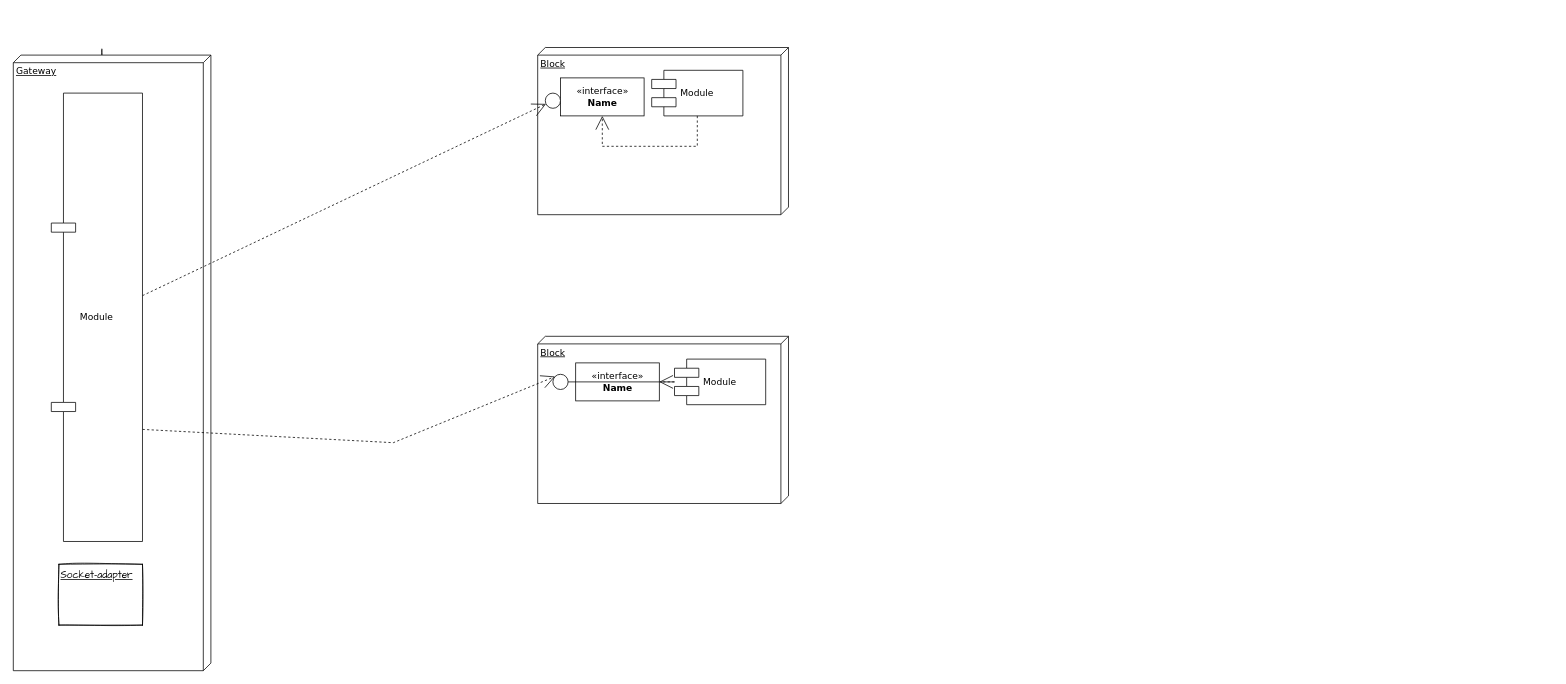
Above: Untitled Diagram.drawio in Anna-Karenina/gRPC-LookUp (draw.io), before the change. Source tidied: cells renumbered, new cells numbered last; positions are measured from the earlier drawing's top-left corner, leaving out a move shared by most shapes. Both pictures are drawn from the tidied source at 76%, with x=0, y=0 at pixel (13, 47).
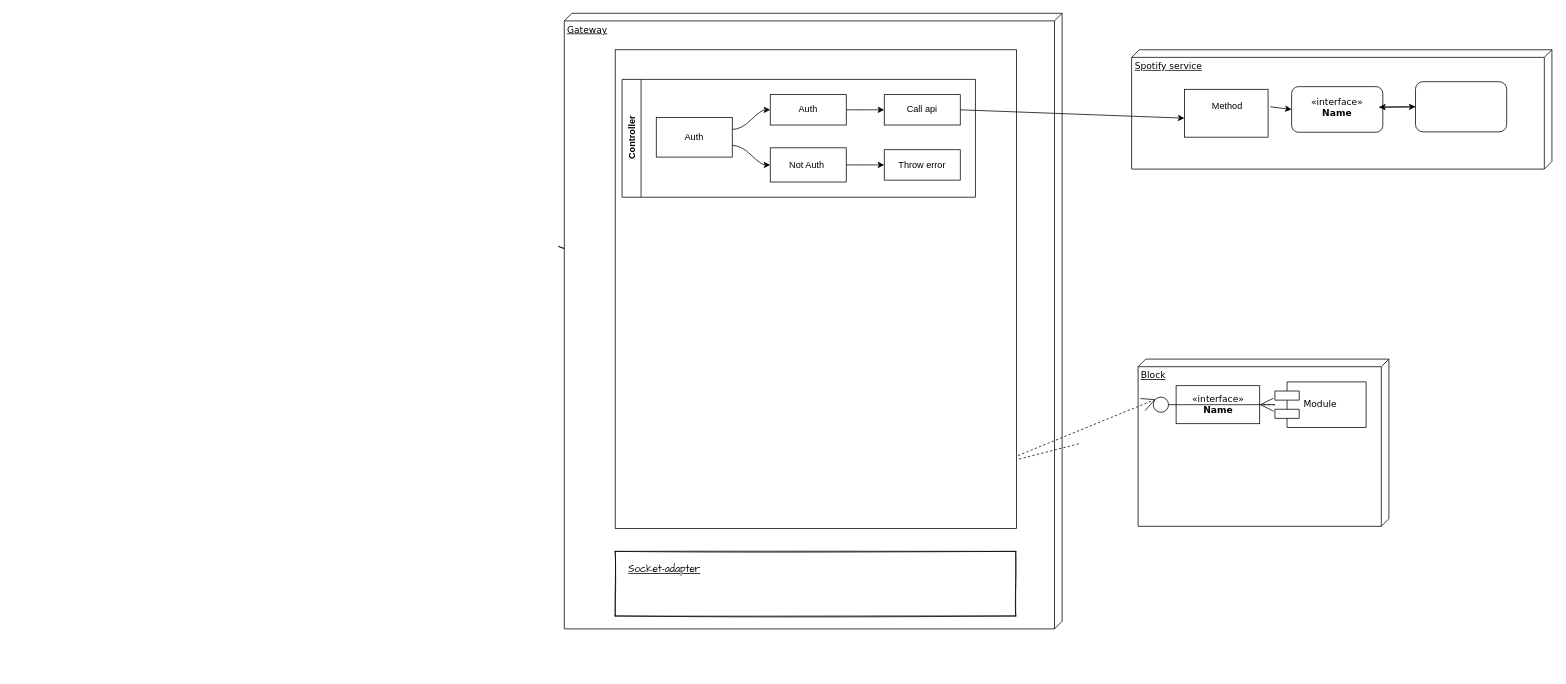
Above is the later version.

Diff of the diagram source:
```diff
@@
-    <mxCell id="2" value="Block" style="verticalAlign=top;align=left;spacingTop=8;spacingLeft=2;spacingRight=12;shape=cube;size=10;direction=south;fontStyle=4;html=1;rounded=0;shadow=0;comic=0;labelBackgroundColor=none;strokeWidth=1;fontFamily=Verdana;fontSize=12;" parent="1" vertex="1">
-      <mxGeometry x="690" width="330" height="220" as="geometry" />
-    </mxCell>
-    <mxCell id="3" value="Block" style="verticalAlign=top;align=left;spacingTop=8;spacingLeft=2;spacingRight=12;shape=cube;size=10;direction=south;fontStyle=4;html=1;rounded=0;shadow=0;comic=0;labelBackgroundColor=none;strokeWidth=1;fontFamily=Verdana;fontSize=12;" parent="1" vertex="1">
-      <mxGeometry x="690" y="380" width="330" height="220" as="geometry" />
-    </mxCell>
-    <mxCell id="4" style="edgeStyle=none;curved=1;rounded=0;sketch=1;hachureGap=4;jettySize=auto;html=1;fontFamily=Architects Daughter;fontSize=16;endArrow=open;startSize=14;endSize=14;sourcePerimeterSpacing=8;targetPerimeterSpacing=8;" parent="1" edge="1" source="5">
-      <mxGeometry relative="1" as="geometry">
-        <mxPoint x="125.9" y="290" as="targetPoint" />
-      </mxGeometry>
-    </mxCell>
+    <mxCell id="20" value="Spotify service" style="verticalAlign=top;align=left;spacingTop=8;spacingLeft=2;spacingRight=12;shape=cube;size=10;direction=south;fontStyle=4;html=1;rounded=0;shadow=0;comic=0;labelBackgroundColor=none;strokeWidth=1;fontFamily=Verdana;fontSize=12;" parent="1" vertex="1">
+      <mxGeometry x="1471.5" y="3" width="553" height="157" as="geometry" />
+    </mxCell>
+    <mxCell id="21" value="Block" style="verticalAlign=top;align=left;spacingTop=8;spacingLeft=2;spacingRight=12;shape=cube;size=10;direction=south;fontStyle=4;html=1;rounded=0;shadow=0;comic=0;labelBackgroundColor=none;strokeWidth=1;fontFamily=Verdana;fontSize=12;" parent="1" vertex="1">
+      <mxGeometry x="1480" y="410" width="330" height="220" as="geometry" />
+    </mxCell>
+    <mxCell id="22" style="edgeStyle=none;curved=1;rounded=0;sketch=1;hachureGap=4;jettySize=auto;html=1;fontFamily=Architects Daughter;fontSize=16;endArrow=open;startSize=14;endSize=14;sourcePerimeterSpacing=8;targetPerimeterSpacing=8;" parent="1" edge="1" source="5">
+      <mxGeometry relative="1" as="geometry">
+        <mxPoint x="915.9" y="320" as="targetPoint" />
+      </mxGeometry>
+    </mxCell>
     <mxCell id="5" value="Gateway" style="verticalAlign=top;align=left;spacingTop=8;spacingLeft=2;spacingRight=12;shape=cube;size=10;direction=south;fontStyle=4;html=1;rounded=0;shadow=0;comic=0;labelBackgroundColor=none;strokeWidth=1;fontFamily=Verdana;fontSize=12;" parent="1" vertex="1">
-      <mxGeometry y="10" width="260" height="810" as="geometry" />
+      <mxGeometry x="725" y="-45" width="655" height="810" as="geometry" />
     </mxCell>
-    <mxCell id="6" value="&amp;laquo;interface&amp;raquo;&lt;br&gt;&lt;b&gt;Name&lt;/b&gt;" style="html=1;rounded=0;shadow=0;comic=0;labelBackgroundColor=none;strokeWidth=1;fontFamily=Verdana;fontSize=12;align=center;" parent="1" vertex="1">
-      <mxGeometry x="720" y="40" width="110" height="50" as="geometry" />
-    </mxCell>
-    <mxCell id="7" value="Module" style="shape=component;align=left;spacingLeft=36;rounded=0;shadow=0;comic=0;labelBackgroundColor=none;strokeWidth=1;fontFamily=Verdana;fontSize=12;html=1;" parent="1" vertex="1">
-      <mxGeometry x="840" y="30" width="120" height="60" as="geometry" />
-    </mxCell>
-    <mxCell id="8" style="ellipse;whiteSpace=wrap;html=1;rounded=0;shadow=0;comic=0;labelBackgroundColor=none;strokeWidth=1;fontFamily=Verdana;fontSize=12;align=center;" parent="1" vertex="1">
-      <mxGeometry x="700" y="60" width="20" height="20" as="geometry" />
-    </mxCell>
-    <mxCell id="9" value="Module" style="shape=component;align=left;spacingLeft=36;rounded=0;shadow=0;comic=0;labelBackgroundColor=none;strokeWidth=1;fontFamily=Verdana;fontSize=12;html=1;" parent="1" vertex="1">
-      <mxGeometry x="870" y="410" width="120" height="60" as="geometry" />
-    </mxCell>
-    <mxCell id="10" value="&amp;laquo;interface&amp;raquo;&lt;br&gt;&lt;b&gt;Name&lt;/b&gt;" style="html=1;rounded=0;shadow=0;comic=0;labelBackgroundColor=none;strokeWidth=1;fontFamily=Verdana;fontSize=12;align=center;" parent="1" vertex="1">
-      <mxGeometry x="740" y="415" width="110" height="50" as="geometry" />
-    </mxCell>
-    <mxCell id="11" style="ellipse;whiteSpace=wrap;html=1;rounded=0;shadow=0;comic=0;labelBackgroundColor=none;strokeWidth=1;fontFamily=Verdana;fontSize=12;align=center;" parent="1" vertex="1">
-      <mxGeometry x="710" y="430" width="20" height="20" as="geometry" />
-    </mxCell>
-    <mxCell id="12" style="edgeStyle=none;rounded=0;html=1;dashed=1;labelBackgroundColor=none;startArrow=none;startFill=0;startSize=8;endArrow=open;endFill=0;endSize=16;fontFamily=Verdana;fontSize=12;" parent="1" edge="1" source="17" target="8">
-      <mxGeometry relative="1" as="geometry" />
-    </mxCell>
-    <mxCell id="13" style="edgeStyle=none;rounded=0;html=1;dashed=1;labelBackgroundColor=none;startArrow=none;startFill=0;startSize=8;endArrow=open;endFill=0;endSize=16;fontFamily=Verdana;fontSize=12;entryX=0;entryY=0;entryDx=0;entryDy=0;exitX=1;exitY=0.75;exitDx=0;exitDy=0;" parent="1" edge="1" source="17" target="11">
-      <mxGeometry relative="1" as="geometry">
-        <Array as="points">
-          <mxPoint x="500" y="520" />
-        </Array>
-      </mxGeometry>
-    </mxCell>
-    <mxCell id="14" style="edgeStyle=elbowEdgeStyle;rounded=0;html=1;labelBackgroundColor=none;startArrow=none;startFill=0;startSize=8;endArrow=none;endFill=0;endSize=16;fontFamily=Verdana;fontSize=12;" parent="1" edge="1" source="11" target="9">
-      <mxGeometry relative="1" as="geometry" />
-    </mxCell>
-    <mxCell id="15" style="edgeStyle=orthogonalEdgeStyle;rounded=0;html=1;labelBackgroundColor=none;startArrow=none;startFill=0;startSize=8;endArrow=open;endFill=0;endSize=16;fontFamily=Verdana;fontSize=12;dashed=1;" parent="1" edge="1" source="7" target="6">
-      <mxGeometry relative="1" as="geometry">
-        <Array as="points">
-          <mxPoint x="900" y="130" />
-          <mxPoint x="775" y="130" />
-        </Array>
-      </mxGeometry>
-    </mxCell>
-    <mxCell id="16" style="edgeStyle=orthogonalEdgeStyle;rounded=0;html=1;dashed=1;labelBackgroundColor=none;startArrow=none;startFill=0;startSize=8;endArrow=open;endFill=0;endSize=16;fontFamily=Verdana;fontSize=12;" parent="1" edge="1" source="9" target="10">
-      <mxGeometry relative="1" as="geometry" />
-    </mxCell>
-    <mxCell id="17" value="Module" style="shape=component;align=left;spacingLeft=36;rounded=0;shadow=0;comic=0;labelBackgroundColor=none;strokeWidth=1;fontFamily=Verdana;fontSize=12;html=1;" parent="1" vertex="1">
-      <mxGeometry x="50" y="60" width="120" height="590" as="geometry" />
-    </mxCell>
-    <mxCell id="18" style="rounded=0;whiteSpace=wrap;html=1;sketch=1;hachureGap=4;fontFamily=Architects Daughter;fontSize=20;" parent="1" vertex="1">
-      <mxGeometry x="60" y="680" width="110" height="80" as="geometry" />
-    </mxCell>
+    <mxCell id="23" style="html=1;rounded=0;shadow=0;comic=0;labelBackgroundColor=none;strokeWidth=1;fontFamily=Verdana;fontSize=12;align=center;" parent="1" vertex="1">
+      <mxGeometry x="1541" y="55" width="110" height="63" as="geometry" />
+    </mxCell>
+    <mxCell id="24" value="Module" style="shape=component;align=left;spacingLeft=36;rounded=0;shadow=0;comic=0;labelBackgroundColor=none;strokeWidth=1;fontFamily=Verdana;fontSize=12;html=1;" parent="1" vertex="1">
+      <mxGeometry x="1660" y="440" width="120" height="60" as="geometry" />
+    </mxCell>
+    <mxCell id="25" value="&amp;laquo;interface&amp;raquo;&lt;br&gt;&lt;b&gt;Name&lt;/b&gt;" style="html=1;rounded=0;shadow=0;comic=0;labelBackgroundColor=none;strokeWidth=1;fontFamily=Verdana;fontSize=12;align=center;" parent="1" vertex="1">
+      <mxGeometry x="1530" y="445" width="110" height="50" as="geometry" />
+    </mxCell>
+    <mxCell id="26" style="ellipse;whiteSpace=wrap;html=1;rounded=0;shadow=0;comic=0;labelBackgroundColor=none;strokeWidth=1;fontFamily=Verdana;fontSize=12;align=center;" parent="1" vertex="1">
+      <mxGeometry x="1500" y="460" width="20" height="20" as="geometry" />
+    </mxCell>
+    <mxCell id="27" style="edgeStyle=none;rounded=0;html=1;dashed=1;labelBackgroundColor=none;startArrow=none;startFill=0;startSize=8;endArrow=open;endFill=0;endSize=16;fontFamily=Verdana;fontSize=12;entryX=0;entryY=0;entryDx=0;entryDy=0;exitX=1;exitY=0.75;exitDx=0;exitDy=0;" parent="1" edge="1" target="26">
+      <mxGeometry relative="1" as="geometry">
+        <mxPoint x="1402" y="521.5" as="sourcePoint" />
+        <Array as="points">
+          <mxPoint x="1290" y="550" />
+        </Array>
+      </mxGeometry>
+    </mxCell>
+    <mxCell id="28" style="edgeStyle=elbowEdgeStyle;rounded=0;html=1;labelBackgroundColor=none;startArrow=none;startFill=0;startSize=8;endArrow=none;endFill=0;endSize=16;fontFamily=Verdana;fontSize=12;" parent="1" edge="1" source="26" target="24">
+      <mxGeometry relative="1" as="geometry" />
+    </mxCell>
+    <mxCell id="29" style="edgeStyle=orthogonalEdgeStyle;rounded=0;html=1;dashed=1;labelBackgroundColor=none;startArrow=none;startFill=0;startSize=8;endArrow=open;endFill=0;endSize=16;fontFamily=Verdana;fontSize=12;" parent="1" edge="1" source="24" target="25">
+      <mxGeometry relative="1" as="geometry" />
+    </mxCell>
+    <mxCell id="30" style="rounded=0;whiteSpace=wrap;html=1;sketch=1;hachureGap=4;fontFamily=Architects Daughter;fontSize=20;" parent="1" vertex="1">
+      <mxGeometry x="792" y="663" width="527" height="85" as="geometry" />
+    </mxCell>
     <mxCell id="19" value="Socket-adapter" style="text;strokeColor=none;fillColor=none;html=1;align=center;verticalAlign=middle;whiteSpace=wrap;rounded=0;sketch=1;hachureGap=4;fontFamily=Architects Daughter;fontSize=13;fontStyle=4;" parent="1" vertex="1">
-      <mxGeometry x="60" y="680" width="100" height="30" as="geometry" />
+      <mxGeometry x="807" y="656" width="100" height="62" as="geometry" />
     </mxCell>
+    <mxCell id="31" style="rounded=0;whiteSpace=wrap;html=1;" parent="1" vertex="1">
+      <mxGeometry x="792" y="3" width="528" height="630" as="geometry" />
+    </mxCell>
+    <mxCell id="32" value="Controller" style="swimlane;html=1;startSize=25;horizontal=0;flowOrientation=west;interRankCellSpacing=50;containerType=tree;" parent="1" vertex="1">
+      <mxGeometry x="801" y="42" width="465" height="155" as="geometry" />
+    </mxCell>
+    <mxCell id="33" value="Auth" style="whiteSpace=wrap;html=1;" parent="32" vertex="1">
+      <mxGeometry x="45" y="50.2" width="100" height="52" as="geometry" />
+    </mxCell>
+    <mxCell id="34" value="Auth" style="whiteSpace=wrap;html=1;" parent="32" vertex="1">
+      <mxGeometry x="195" y="20" width="100" height="40" as="geometry" />
+    </mxCell>
+    <mxCell id="35" style="html=1;curved=1;rounded=0;noEdgeStyle=1;orthogonal=1;" parent="32" edge="1" source="33" target="34">
+      <mxGeometry relative="1" as="geometry">
+        <Array as="points">
+          <mxPoint x="157" y="65.8" />
+          <mxPoint x="183" y="40" />
+        </Array>
+      </mxGeometry>
+    </mxCell>
+    <mxCell id="36" value="Not Auth&amp;nbsp;" style="whiteSpace=wrap;html=1;" parent="32" vertex="1">
+      <mxGeometry x="195" y="90" width="100" height="45" as="geometry" />
+    </mxCell>
+    <mxCell id="37" style="html=1;curved=1;rounded=0;noEdgeStyle=1;orthogonal=1;" parent="32" edge="1" source="33" target="36">
+      <mxGeometry relative="1" as="geometry">
+        <Array as="points">
+          <mxPoint x="157" y="86.8" />
+          <mxPoint x="183" y="112.5" />
+        </Array>
+      </mxGeometry>
+    </mxCell>
+    <mxCell id="38" value="Call api" style="whiteSpace=wrap;html=1;" parent="32" vertex="1">
+      <mxGeometry x="345" y="20" width="100" height="40" as="geometry" />
+    </mxCell>
+    <mxCell id="39" style="html=1;curved=1;rounded=0;noEdgeStyle=1;orthogonal=1;" parent="32" edge="1" source="34" target="38">
+      <mxGeometry relative="1" as="geometry">
+        <Array as="points">
+          <mxPoint x="307" y="40" />
+          <mxPoint x="333" y="40" />
+        </Array>
+      </mxGeometry>
+    </mxCell>
+    <mxCell id="40" value="Throw error" style="whiteSpace=wrap;html=1;" parent="32" vertex="1">
+      <mxGeometry x="345" y="92.5" width="100" height="40" as="geometry" />
+    </mxCell>
+    <mxCell id="41" style="html=1;curved=1;rounded=0;noEdgeStyle=1;orthogonal=1;exitX=1;exitY=0.5;exitDx=0;exitDy=0;" parent="32" edge="1" source="36" target="40">
+      <mxGeometry relative="1" as="geometry">
+        <Array as="points">
+          <mxPoint x="307" y="112.5" />
+          <mxPoint x="333" y="112.5" />
+        </Array>
+      </mxGeometry>
+    </mxCell>
+    <mxCell id="42" style="endArrow=classic;html=1;rounded=0;exitX=1;exitY=0.5;exitDx=0;exitDy=0;entryX=0;entryY=0.75;entryDx=0;entryDy=0;" parent="1" edge="1" source="38" target="46">
+      <mxGeometry relative="1" as="geometry" />
+    </mxCell>
+    <mxCell id="43" style="rounded=1;whiteSpace=wrap;html=1;" parent="1" vertex="1">
+      <mxGeometry x="1682" y="51.5" width="120" height="60" as="geometry" />
+    </mxCell>
+    <mxCell id="44" style="edgeStyle=orthogonalEdgeStyle;rounded=0;jettySize=auto;html=1;" parent="1" edge="1" source="45" target="48">
+      <mxGeometry relative="1" as="geometry" />
+    </mxCell>
+    <mxCell id="45" style="rounded=1;whiteSpace=wrap;html=1;" parent="1" vertex="1">
+      <mxGeometry x="1845" y="45" width="120" height="66" as="geometry" />
+    </mxCell>
+    <mxCell id="46" value="Method" style="text;html=1;strokeColor=none;fillColor=none;align=center;verticalAlign=middle;whiteSpace=wrap;rounded=0;" parent="1" vertex="1">
+      <mxGeometry x="1541" y="48" width="113" height="60" as="geometry" />
+    </mxCell>
+    <mxCell id="47" style="edgeStyle=orthogonalEdgeStyle;rounded=0;jettySize=auto;html=1;" parent="1" edge="1" source="48" target="45">
+      <mxGeometry relative="1" as="geometry" />
+    </mxCell>
+    <mxCell id="48" value="&lt;span style=&quot;font-family: &amp;#34;verdana&amp;#34;&quot;&gt;«interface»&lt;/span&gt;&lt;br style=&quot;font-family: &amp;#34;verdana&amp;#34;&quot;&gt;&lt;b style=&quot;font-family: &amp;#34;verdana&amp;#34;&quot;&gt;Name&lt;/b&gt;" style="text;html=1;strokeColor=none;fillColor=none;align=center;verticalAlign=middle;whiteSpace=wrap;rounded=0;" parent="1" vertex="1">
+      <mxGeometry x="1687" y="48" width="110" height="61" as="geometry" />
+    </mxCell>
+    <mxCell id="49" style="endArrow=classic;html=1;rounded=0;entryX=0;entryY=0.5;entryDx=0;entryDy=0;exitX=1;exitY=0.5;exitDx=0;exitDy=0;" parent="1" edge="1" source="46" target="43">
+      <mxGeometry relative="1" as="geometry" />
+    </mxCell>
```
